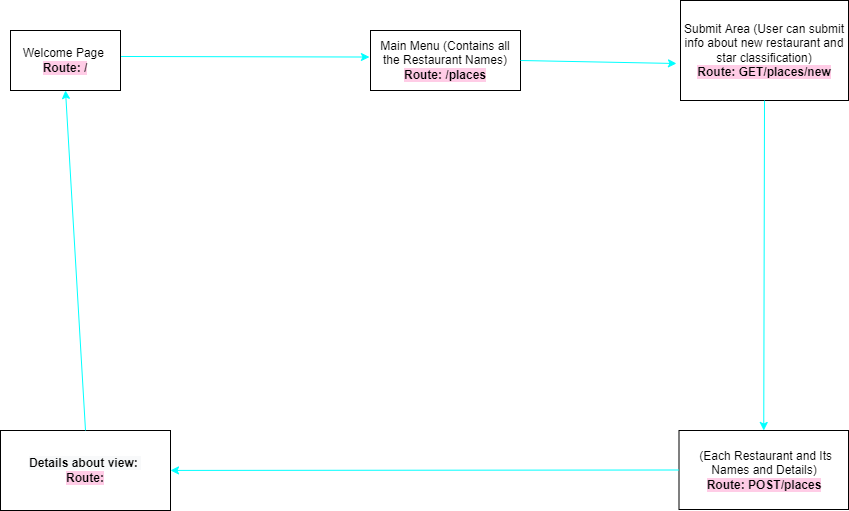
Phalguni221/REST-rant keeps this draw.io diagram as Rest-Rant Wireframe.drawio.png. Above is the earlier version. Source tidied: cells renumbered, new cells last; positions are measured from the earlier drawing's top-left corner, leaving out a move shared by most shapes.
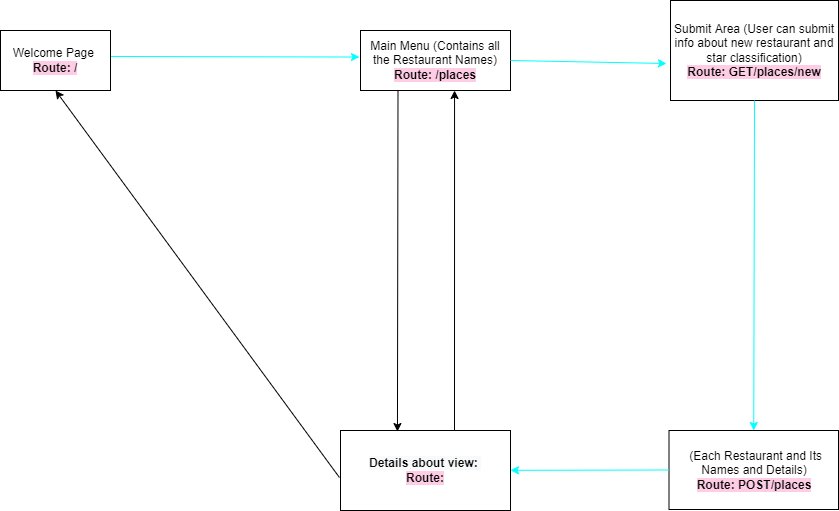
The same diagram one commit later.

Diff of the diagram source:
```diff
@@ -15,7 +15,7 @@
       <mxGeometry relative="1" as="geometry" />
     </mxCell>
     <mxCell id="6" value="&lt;span style=&quot;background-color: rgb(248 , 249 , 250)&quot;&gt;&lt;b&gt;Details about view:&lt;/b&gt;&amp;nbsp;&lt;br&gt;&lt;/span&gt;&lt;b style=&quot;background-color: rgb(255 , 204 , 230)&quot;&gt;Route:&lt;/b&gt;" style="rounded=0;whiteSpace=wrap;html=1;" parent="1" vertex="1">
-      <mxGeometry y="430" width="170" height="80" as="geometry" />
+      <mxGeometry x="350" y="430" width="170" height="80" as="geometry" />
     </mxCell>
     <mxCell id="7" style="endArrow=classic;html=1;rounded=0;exitX=0.5;exitY=1;exitDx=0;exitDy=0;entryX=0.5;entryY=0;entryDx=0;entryDy=0;strokeColor=#00FFFF;" parent="1" edge="1" source="4" target="3">
       <mxGeometry relative="1" as="geometry" />
@@ -31,11 +31,19 @@
     <mxCell id="10" value="Welcome Page&amp;nbsp;&lt;br&gt;&lt;b style=&quot;background-color: rgb(255 , 204 , 230)&quot;&gt;Route: /&lt;/b&gt;" style="rounded=0;whiteSpace=wrap;html=1;" parent="1" vertex="1">
       <mxGeometry x="10" y="30" width="110" height="60" as="geometry" />
     </mxCell>
+    <mxCell id="12" style="endArrow=classic;html=1;rounded=0;exitX=1.005;exitY=0.433;exitDx=0;exitDy=0;entryX=-0.007;entryY=0.442;entryDx=0;entryDy=0;strokeColor=#00FFFF;exitPerimeter=0;entryPerimeter=0;" parent="1" edge="1" source="10" target="2">
+      <mxGeometry relative="1" as="geometry" />
+    </mxCell>
+    <mxCell id="13" style="endArrow=classic;html=1;rounded=0;exitX=0.25;exitY=1;exitDx=0;exitDy=0;entryX=0.335;entryY=0.013;entryDx=0;entryDy=0;entryPerimeter=0;" parent="1" edge="1" source="2" target="6">
+      <mxGeometry relative="1" as="geometry" />
+    </mxCell>
+    <mxCell id="14" style="endArrow=classic;html=1;rounded=0;entryX=0.627;entryY=1;entryDx=0;entryDy=0;entryPerimeter=0;" parent="1" edge="1" target="2">
+      <mxGeometry relative="1" as="geometry">
+        <mxPoint x="464" y="430" as="sourcePoint" />
+      </mxGeometry>
+    </mxCell>
-    <mxCell id="11" style="endArrow=classic;html=1;rounded=0;exitX=0.5;exitY=0;exitDx=0;exitDy=0;entryX=0.5;entryY=1;entryDx=0;entryDy=0;strokeColor=#00FFFF;" parent="1" edge="1" source="6" target="10">
+    <mxCell id="11" style="endArrow=classic;html=1;rounded=0;entryX=0.5;entryY=1;entryDx=0;entryDy=0;exitX=-0.006;exitY=0.588;exitDx=0;exitDy=0;exitPerimeter=0;" parent="1" edge="1" source="6" target="10">
       <mxGeometry relative="1" as="geometry" />
     </mxCell>
-    <mxCell id="12" style="endArrow=classic;html=1;rounded=0;exitX=1.005;exitY=0.433;exitDx=0;exitDy=0;entryX=-0.007;entryY=0.442;entryDx=0;entryDy=0;strokeColor=#00FFFF;exitPerimeter=0;entryPerimeter=0;" parent="1" edge="1" source="10" target="2">
-      <mxGeometry relative="1" as="geometry" />
-    </mxCell>
   </root>
 </mxGraphModel>
```
